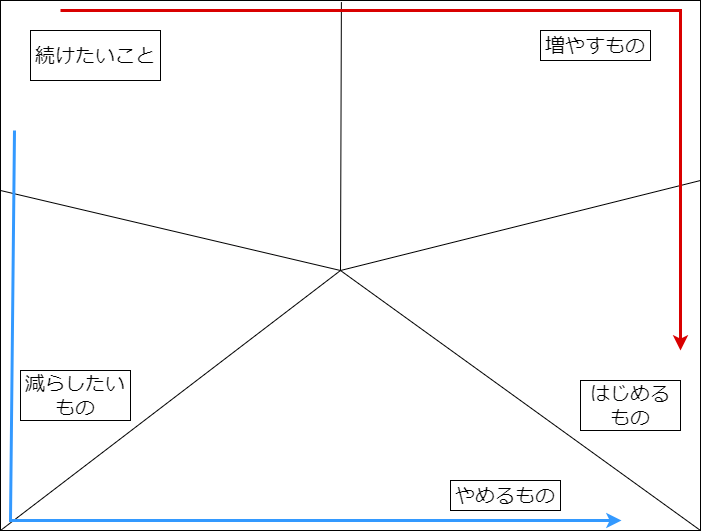
This is images/chap-yumechi/starfish.png from onestop-techbook/Agile100, a draw.io export, as it was before one commit. Source tidied: cells renumbered, new cells last; positions are measured from the earlier drawing's top-left corner, leaving out a move shared by most shapes. Source of this version:
```xml
<mxGraphModel>
  <root>
    <mxCell id="0" />
    <mxCell id="1" parent="0" />
    <mxCell id="2" style="rounded=0;whiteSpace=wrap;html=1;" parent="1" vertex="1">
      <mxGeometry width="700" height="530" as="geometry" />
    </mxCell>
    <mxCell id="3" style="endArrow=none;html=1;rounded=0;entryX=0.487;entryY=0.003;entryDx=0;entryDy=0;entryPerimeter=0;" parent="1" edge="1" target="2">
      <mxGeometry relative="1" as="geometry">
        <mxPoint x="340" y="270" as="sourcePoint" />
      </mxGeometry>
    </mxCell>
    <mxCell id="4" style="endArrow=none;html=1;rounded=0;" parent="1" edge="1">
      <mxGeometry relative="1" as="geometry">
        <mxPoint y="190" as="sourcePoint" />
        <mxPoint x="340" y="270" as="targetPoint" />
      </mxGeometry>
    </mxCell>
    <mxCell id="5" style="endArrow=none;html=1;rounded=0;" parent="1" edge="1">
      <mxGeometry relative="1" as="geometry">
        <mxPoint x="700" y="180" as="sourcePoint" />
        <mxPoint x="340" y="270" as="targetPoint" />
      </mxGeometry>
    </mxCell>
    <mxCell id="6" style="endArrow=none;html=1;rounded=0;exitX=0;exitY=1;exitDx=0;exitDy=0;" parent="1" edge="1" source="2">
      <mxGeometry relative="1" as="geometry">
        <mxPoint x="340" y="270" as="targetPoint" />
      </mxGeometry>
    </mxCell>
    <mxCell id="7" style="endArrow=none;html=1;rounded=0;exitX=1;exitY=1;exitDx=0;exitDy=0;" parent="1" edge="1" source="2">
      <mxGeometry relative="1" as="geometry">
        <mxPoint x="340" y="270" as="targetPoint" />
      </mxGeometry>
    </mxCell>
    <mxCell id="8" value="&lt;font style=&quot;font-size: 20px&quot;&gt;続けたいこと&lt;/font&gt;" style="text;html=1;strokeColor=default;fillColor=none;align=center;verticalAlign=middle;whiteSpace=wrap;rounded=0;" parent="1" vertex="1">
      <mxGeometry x="30" y="30" width="130" height="50" as="geometry" />
    </mxCell>
    <mxCell id="9" value="&lt;font style=&quot;font-size: 20px&quot;&gt;増やすもの&lt;/font&gt;" style="text;html=1;strokeColor=default;fillColor=none;align=center;verticalAlign=middle;whiteSpace=wrap;rounded=0;" parent="1" vertex="1">
      <mxGeometry x="540" y="30" width="110" height="30" as="geometry" />
    </mxCell>
    <mxCell id="10" value="&lt;font style=&quot;font-size: 20px&quot;&gt;減らしたいもの&lt;/font&gt;" style="text;html=1;strokeColor=default;fillColor=none;align=center;verticalAlign=middle;whiteSpace=wrap;rounded=0;" parent="1" vertex="1">
      <mxGeometry x="20" y="370" width="110" height="50" as="geometry" />
    </mxCell>
    <mxCell id="11" value="&lt;font style=&quot;font-size: 20px&quot;&gt;やめるもの&lt;/font&gt;" style="text;html=1;strokeColor=default;fillColor=none;align=center;verticalAlign=middle;whiteSpace=wrap;rounded=0;" parent="1" vertex="1">
      <mxGeometry x="450" y="480" width="110" height="30" as="geometry" />
    </mxCell>
    <mxCell id="12" value="&lt;font style=&quot;font-size: 20px&quot;&gt;はじめるもの&lt;/font&gt;" style="text;html=1;strokeColor=default;fillColor=none;align=center;verticalAlign=middle;whiteSpace=wrap;rounded=0;" parent="1" vertex="1">
      <mxGeometry x="580" y="380" width="100" height="50" as="geometry" />
    </mxCell>
    <mxCell id="13" style="endArrow=classic;html=1;rounded=0;strokeWidth=3;strokeColor=#D90000;" parent="1" edge="1">
      <mxGeometry relative="1" as="geometry">
        <mxPoint x="60" y="10" as="sourcePoint" />
        <mxPoint x="680" y="350" as="targetPoint" />
        <Array as="points">
          <mxPoint x="680" y="10" />
        </Array>
      </mxGeometry>
    </mxCell>
    <mxCell id="14" style="endArrow=classic;html=1;rounded=0;strokeWidth=3;strokeColor=#3399FF;" parent="1" edge="1">
      <mxGeometry relative="1" as="geometry">
        <mxPoint x="14" y="130" as="sourcePoint" />
        <mxPoint x="621" y="520" as="targetPoint" />
        <Array as="points">
          <mxPoint x="10" y="520" />
        </Array>
      </mxGeometry>
    </mxCell>
  </root>
</mxGraphModel>
```
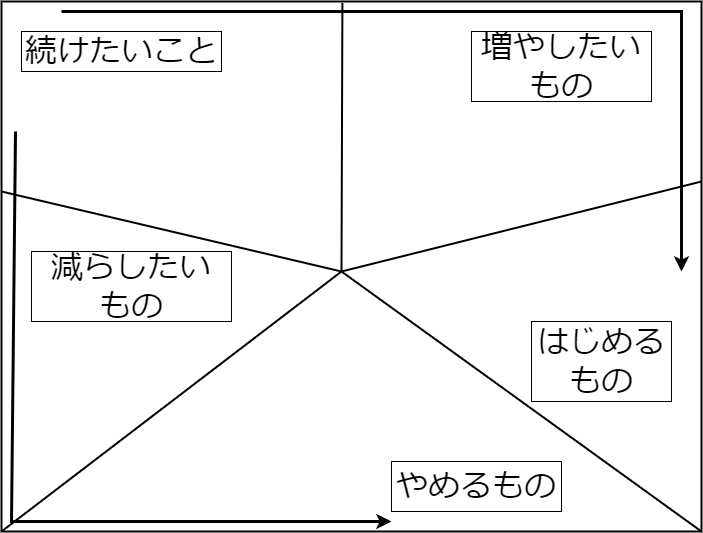
The same diagram one commit later.

What changed in the source:
```diff
@@ -2,64 +2,64 @@
   <root>
     <mxCell id="0" />
     <mxCell id="1" parent="0" />
-    <mxCell id="2" style="rounded=0;whiteSpace=wrap;html=1;" parent="1" vertex="1">
+    <mxCell id="2" style="rounded=0;whiteSpace=wrap;html=1;strokeWidth=2;" parent="1" vertex="1">
       <mxGeometry width="700" height="530" as="geometry" />
     </mxCell>
-    <mxCell id="3" style="endArrow=none;html=1;rounded=0;entryX=0.487;entryY=0.003;entryDx=0;entryDy=0;entryPerimeter=0;" parent="1" edge="1" target="2">
+    <mxCell id="3" style="endArrow=none;html=1;rounded=0;entryX=0.487;entryY=0.003;entryDx=0;entryDy=0;entryPerimeter=0;strokeWidth=2;" parent="1" edge="1" target="2">
       <mxGeometry relative="1" as="geometry">
         <mxPoint x="340" y="270" as="sourcePoint" />
       </mxGeometry>
     </mxCell>
-    <mxCell id="4" style="endArrow=none;html=1;rounded=0;" parent="1" edge="1">
+    <mxCell id="4" style="endArrow=none;html=1;rounded=0;strokeWidth=2;" parent="1" edge="1">
       <mxGeometry relative="1" as="geometry">
         <mxPoint y="190" as="sourcePoint" />
         <mxPoint x="340" y="270" as="targetPoint" />
       </mxGeometry>
     </mxCell>
-    <mxCell id="5" style="endArrow=none;html=1;rounded=0;" parent="1" edge="1">
+    <mxCell id="5" style="endArrow=none;html=1;rounded=0;strokeWidth=2;" parent="1" edge="1">
       <mxGeometry relative="1" as="geometry">
         <mxPoint x="700" y="180" as="sourcePoint" />
         <mxPoint x="340" y="270" as="targetPoint" />
       </mxGeometry>
     </mxCell>
-    <mxCell id="6" style="endArrow=none;html=1;rounded=0;exitX=0;exitY=1;exitDx=0;exitDy=0;" parent="1" edge="1" source="2">
+    <mxCell id="6" style="endArrow=none;html=1;rounded=0;exitX=0;exitY=1;exitDx=0;exitDy=0;strokeWidth=2;" parent="1" edge="1" source="2">
       <mxGeometry relative="1" as="geometry">
         <mxPoint x="340" y="270" as="targetPoint" />
       </mxGeometry>
     </mxCell>
-    <mxCell id="7" style="endArrow=none;html=1;rounded=0;exitX=1;exitY=1;exitDx=0;exitDy=0;" parent="1" edge="1" source="2">
+    <mxCell id="7" style="endArrow=none;html=1;rounded=0;exitX=1;exitY=1;exitDx=0;exitDy=0;strokeWidth=2;" parent="1" edge="1" source="2">
       <mxGeometry relative="1" as="geometry">
         <mxPoint x="340" y="270" as="targetPoint" />
       </mxGeometry>
     </mxCell>
-    <mxCell id="8" value="&lt;font style=&quot;font-size: 20px&quot;&gt;続けたいこと&lt;/font&gt;" style="text;html=1;strokeColor=default;fillColor=none;align=center;verticalAlign=middle;whiteSpace=wrap;rounded=0;" parent="1" vertex="1">
-      <mxGeometry x="30" y="30" width="130" height="50" as="geometry" />
+    <mxCell id="8" value="&lt;font style=&quot;font-size: 32px&quot;&gt;続けたいこと&lt;/font&gt;" style="text;html=1;strokeColor=default;fillColor=none;align=center;verticalAlign=middle;whiteSpace=wrap;rounded=0;" parent="1" vertex="1">
+      <mxGeometry x="20" y="30" width="200" height="40" as="geometry" />
     </mxCell>
-    <mxCell id="9" value="&lt;font style=&quot;font-size: 20px&quot;&gt;増やすもの&lt;/font&gt;" style="text;html=1;strokeColor=default;fillColor=none;align=center;verticalAlign=middle;whiteSpace=wrap;rounded=0;" parent="1" vertex="1">
-      <mxGeometry x="540" y="30" width="110" height="30" as="geometry" />
+    <mxCell id="9" value="&lt;font style=&quot;font-size: 32px&quot;&gt;増やしたい&lt;br&gt;もの&lt;br&gt;&lt;/font&gt;" style="text;html=1;strokeColor=default;fillColor=none;align=center;verticalAlign=middle;whiteSpace=wrap;rounded=0;" parent="1" vertex="1">
+      <mxGeometry x="470" y="30" width="180" height="70" as="geometry" />
     </mxCell>
-    <mxCell id="10" value="&lt;font style=&quot;font-size: 20px&quot;&gt;減らしたいもの&lt;/font&gt;" style="text;html=1;strokeColor=default;fillColor=none;align=center;verticalAlign=middle;whiteSpace=wrap;rounded=0;" parent="1" vertex="1">
-      <mxGeometry x="20" y="370" width="110" height="50" as="geometry" />
+    <mxCell id="10" value="&lt;font style=&quot;font-size: 32px&quot;&gt;減らしたい&lt;br&gt;もの&lt;/font&gt;" style="text;html=1;strokeColor=default;fillColor=none;align=center;verticalAlign=middle;whiteSpace=wrap;rounded=0;" parent="1" vertex="1">
+      <mxGeometry x="30" y="250" width="200" height="70" as="geometry" />
     </mxCell>
-    <mxCell id="11" value="&lt;font style=&quot;font-size: 20px&quot;&gt;やめるもの&lt;/font&gt;" style="text;html=1;strokeColor=default;fillColor=none;align=center;verticalAlign=middle;whiteSpace=wrap;rounded=0;" parent="1" vertex="1">
-      <mxGeometry x="450" y="480" width="110" height="30" as="geometry" />
+    <mxCell id="11" value="&lt;font style=&quot;font-size: 32px&quot;&gt;やめるもの&lt;/font&gt;" style="text;html=1;strokeColor=default;fillColor=none;align=center;verticalAlign=middle;whiteSpace=wrap;rounded=0;" parent="1" vertex="1">
+      <mxGeometry x="390" y="460" width="170" height="50" as="geometry" />
     </mxCell>
-    <mxCell id="12" value="&lt;font style=&quot;font-size: 20px&quot;&gt;はじめるもの&lt;/font&gt;" style="text;html=1;strokeColor=default;fillColor=none;align=center;verticalAlign=middle;whiteSpace=wrap;rounded=0;" parent="1" vertex="1">
-      <mxGeometry x="580" y="380" width="100" height="50" as="geometry" />
+    <mxCell id="12" value="&lt;font style=&quot;font-size: 32px&quot;&gt;はじめるもの&lt;/font&gt;" style="text;html=1;strokeColor=default;fillColor=none;align=center;verticalAlign=middle;whiteSpace=wrap;rounded=0;" parent="1" vertex="1">
+      <mxGeometry x="530" y="320" width="140" height="80" as="geometry" />
     </mxCell>
-    <mxCell id="13" style="endArrow=classic;html=1;rounded=0;strokeWidth=3;strokeColor=#D90000;" parent="1" edge="1">
+    <mxCell id="13" style="endArrow=classic;html=1;rounded=0;strokeWidth=3;strokeColor=#000000;" parent="1" edge="1">
       <mxGeometry relative="1" as="geometry">
         <mxPoint x="60" y="10" as="sourcePoint" />
-        <mxPoint x="680" y="350" as="targetPoint" />
+        <mxPoint x="680" y="270" as="targetPoint" />
         <Array as="points">
           <mxPoint x="680" y="10" />
         </Array>
       </mxGeometry>
     </mxCell>
-    <mxCell id="14" style="endArrow=classic;html=1;rounded=0;strokeWidth=3;strokeColor=#3399FF;" parent="1" edge="1">
+    <mxCell id="14" style="endArrow=classic;html=1;rounded=0;strokeWidth=3;strokeColor=#000000;" parent="1" edge="1">
       <mxGeometry relative="1" as="geometry">
         <mxPoint x="14" y="130" as="sourcePoint" />
-        <mxPoint x="621" y="520" as="targetPoint" />
+        <mxPoint x="390" y="520" as="targetPoint" />
         <Array as="points">
           <mxPoint x="10" y="520" />
         </Array>
```
